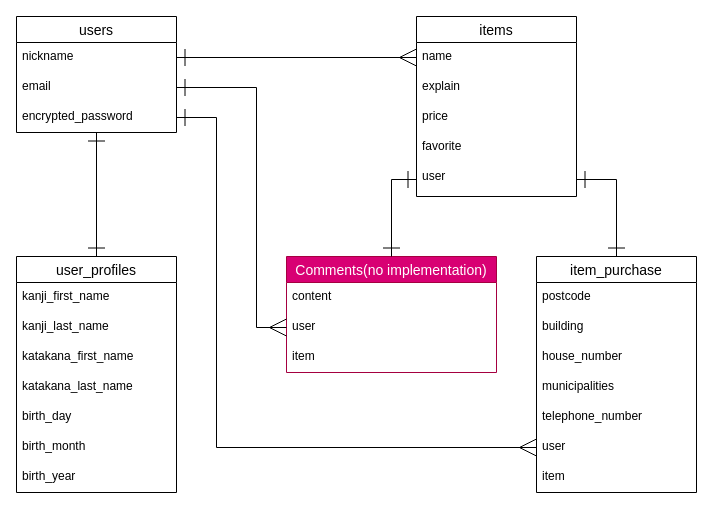
Above: ER.dio in IseUtoshi/furima-37884 (draw.io), before the change. Source tidied: cells renumbered, new cells numbered last; positions are measured from the earlier drawing's top-left corner, leaving out a move shared by most shapes. Both pictures are drawn from the tidied source at 100%, with x=0, y=0 at pixel (16, 16).
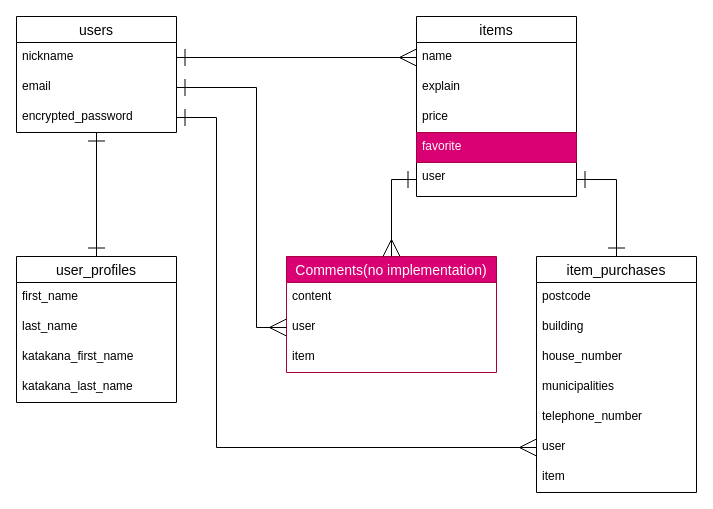
Above is the later version.

Commit message (it also covers changes not shown here):
ER図の修正、READMEの記述

Unchanged cells that the change refers to:
```xml
<mxCell id="15" value="items" style="swimlane;fontStyle=0;horizontal=1;startSize=26;align=center;fontSize=14;" parent="1" vertex="1">
  <mxGeometry x="400" width="160" height="180" as="geometry" />
</mxCell>
<mxCell id="20" value="user" style="text;strokeColor=none;fillColor=none;spacingLeft=4;spacingRight=4;overflow=hidden;points=[[0,0.5],[1,0.5]];portConstraint=eastwest;fontSize=12;" parent="15" vertex="1">
  <mxGeometry y="146" width="160" height="34" as="geometry" />
</mxCell>
<mxCell id="22" value="Comments(no implementation)" style="swimlane;fontStyle=0;horizontal=1;startSize=26;align=center;fontSize=14;fillColor=#d80073;fontColor=#ffffff;strokeColor=#A50040;" parent="1" vertex="1">
  <mxGeometry x="270" y="240" width="210" height="116" as="geometry" />
</mxCell>
```

The edit, as a diff of the source:
```diff
@@
     <mxCell id="7" value="user_profiles" style="swimlane;fontStyle=0;horizontal=1;startSize=26;align=center;fontSize=14;" parent="1" vertex="1">
-      <mxGeometry y="240" width="160" height="236" as="geometry" />
+      <mxGeometry y="240" width="160" height="146" as="geometry" />
     </mxCell>
-    <mxCell id="8" value="kanji_first_name" style="text;strokeColor=none;fillColor=none;spacingLeft=4;spacingRight=4;overflow=hidden;fontSize=12;" parent="7" vertex="1">
+    <mxCell id="8" value="first_name" style="text;strokeColor=none;fillColor=none;spacingLeft=4;spacingRight=4;overflow=hidden;fontSize=12;" parent="7" vertex="1">
       <mxGeometry y="26" width="160" height="30" as="geometry" />
     </mxCell>
-    <mxCell id="9" value="kanji_last_name" style="text;strokeColor=none;fillColor=none;spacingLeft=4;spacingRight=4;overflow=hidden;fontSize=12;" parent="7" vertex="1">
+    <mxCell id="9" value="last_name" style="text;strokeColor=none;fillColor=none;spacingLeft=4;spacingRight=4;overflow=hidden;fontSize=12;" parent="7" vertex="1">
       <mxGeometry y="56" width="160" height="30" as="geometry" />
     </mxCell>
@@
-    <mxCell id="12" value="birth_day" style="text;strokeColor=none;fillColor=none;spacingLeft=4;spacingRight=4;overflow=hidden;fontSize=12;" parent="7" vertex="1">
-      <mxGeometry y="146" width="160" height="30" as="geometry" />
-    </mxCell>
-    <mxCell id="13" value="birth_month" style="text;strokeColor=none;fillColor=none;spacingLeft=4;spacingRight=4;overflow=hidden;fontSize=12;" parent="7" vertex="1">
-      <mxGeometry y="176" width="160" height="30" as="geometry" />
-    </mxCell>
-    <mxCell id="14" value="birth_year" style="text;strokeColor=none;fillColor=none;spacingLeft=4;spacingRight=4;overflow=hidden;fontSize=12;" parent="7" vertex="1">
-      <mxGeometry y="206" width="160" height="30" as="geometry" />
-    </mxCell>
@@
-    <mxCell id="19" value="favorite" style="text;strokeColor=none;fillColor=none;spacingLeft=4;spacingRight=4;overflow=hidden;fontSize=12;" parent="15" vertex="1">
+    <mxCell id="19" value="favorite" style="text;strokeColor=#A50040;fillColor=#d80073;spacingLeft=4;spacingRight=4;overflow=hidden;fontSize=12;fontColor=#ffffff;" parent="15" vertex="1">
       <mxGeometry y="116" width="160" height="30" as="geometry" />
     </mxCell>
@@
-    <mxCell id="26" value="item_purchase" style="swimlane;fontStyle=0;horizontal=1;startSize=26;align=center;fontSize=14;" parent="1" vertex="1">
+    <mxCell id="26" value="item_purchases" style="swimlane;fontStyle=0;horizontal=1;startSize=26;align=center;fontSize=14;" parent="1" vertex="1">
       <mxGeometry x="520" y="240" width="160" height="236" as="geometry" />
     </mxCell>
@@
-    <mxCell id="35" style="edgeStyle=orthogonalEdgeStyle;rounded=0;html=1;startArrow=ERone;startFill=0;endArrow=ERone;endFill=0;startSize=15;endSize=15;" parent="1" edge="1" source="20" target="22">
+    <mxCell id="35" style="edgeStyle=orthogonalEdgeStyle;rounded=0;html=1;startArrow=ERone;startFill=0;endArrow=ERmany;endFill=0;startSize=15;endSize=15;" parent="1" edge="1" source="20" target="22">
       <mxGeometry relative="1" as="geometry" />
     </mxCell>
```
